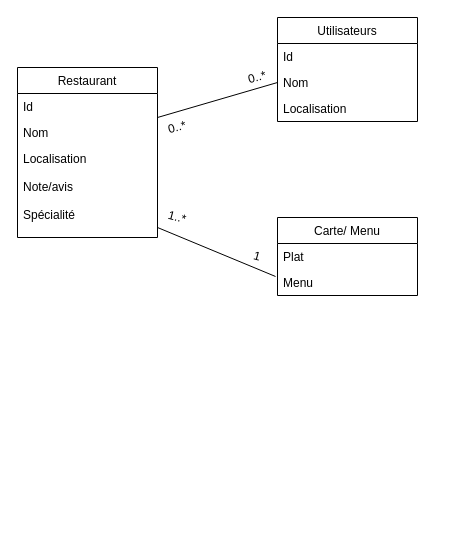
The draw.io diagram diagramme_base_de_donnees.drawio in TheAIWizard/Ensaeats, before the edit. Source tidied: cells renumbered, new cells numbered last; positions are measured from the earlier drawing's top-left corner, leaving out a move shared by most shapes. Both pictures are drawn from the tidied source at 100%, with x=0, y=0 at pixel (17, 17).
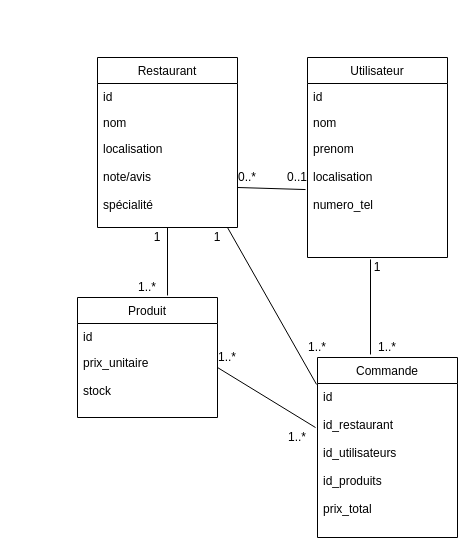
The same page after the edit.

Commit message:
modif diagramme base de donnees

Change to the diagram source:
```diff
@@
     <mxCell id="2" value="Restaurant" style="swimlane;fontStyle=0;horizontal=1;startSize=26;" parent="1" vertex="1">
-      <mxGeometry y="50" width="140" height="170" as="geometry" />
+      <mxGeometry x="80" y="40" width="140" height="170" as="geometry" />
     </mxCell>
-    <mxCell id="3" value="Id" style="text;strokeColor=none;fillColor=none;align=left;verticalAlign=top;spacingLeft=4;spacingRight=4;overflow=hidden;" parent="2" vertex="1">
+    <mxCell id="3" value="id" style="text;strokeColor=none;fillColor=none;align=left;verticalAlign=top;spacingLeft=4;spacingRight=4;overflow=hidden;" parent="2" vertex="1">
       <mxGeometry y="26" width="140" height="26" as="geometry" />
     </mxCell>
-    <mxCell id="4" value="Nom&#10;" style="text;strokeColor=none;fillColor=none;align=left;verticalAlign=top;spacingLeft=4;spacingRight=4;overflow=hidden;" parent="2" vertex="1">
+    <mxCell id="4" value="nom&#10;" style="text;strokeColor=none;fillColor=none;align=left;verticalAlign=top;spacingLeft=4;spacingRight=4;overflow=hidden;" parent="2" vertex="1">
       <mxGeometry y="52" width="140" height="26" as="geometry" />
     </mxCell>
-    <mxCell id="5" value="Localisation&#10;&#10;Note/avis&#10;&#10;Spécialité" style="text;strokeColor=none;fillColor=none;align=left;verticalAlign=top;spacingLeft=4;spacingRight=4;overflow=hidden;" parent="2" vertex="1">
+    <mxCell id="5" value="localisation&#10;&#10;note/avis&#10;&#10;spécialité" style="text;strokeColor=none;fillColor=none;align=left;verticalAlign=top;spacingLeft=4;spacingRight=4;overflow=hidden;" parent="2" vertex="1">
       <mxGeometry y="78" width="140" height="92" as="geometry" />
     </mxCell>
-    <mxCell id="6" value="Utilisateurs" style="swimlane;fontStyle=0;horizontal=1;startSize=26;" parent="1" vertex="1">
-      <mxGeometry x="260" width="140" height="104" as="geometry" />
+    <mxCell id="6" value="Utilisateur" style="swimlane;fontStyle=0;horizontal=1;startSize=26;" parent="1" vertex="1">
+      <mxGeometry x="290" y="40" width="140" height="200" as="geometry" />
     </mxCell>
-    <mxCell id="7" value="Id" style="text;strokeColor=none;fillColor=none;align=left;verticalAlign=top;spacingLeft=4;spacingRight=4;overflow=hidden;" parent="6" vertex="1">
+    <mxCell id="7" value="id" style="text;strokeColor=none;fillColor=none;align=left;verticalAlign=top;spacingLeft=4;spacingRight=4;overflow=hidden;" parent="6" vertex="1">
       <mxGeometry y="26" width="140" height="26" as="geometry" />
     </mxCell>
-    <mxCell id="8" value="Nom&#10;" style="text;strokeColor=none;fillColor=none;align=left;verticalAlign=top;spacingLeft=4;spacingRight=4;overflow=hidden;points=[[0,0.5],[1,0.5]];portConstraint=eastwest;" parent="6" vertex="1">
+    <mxCell id="8" value="nom&#10;" style="text;strokeColor=none;fillColor=none;align=left;verticalAlign=top;spacingLeft=4;spacingRight=4;overflow=hidden;points=[[0,0.5],[1,0.5]];portConstraint=eastwest;" parent="6" vertex="1">
       <mxGeometry y="52" width="140" height="26" as="geometry" />
     </mxCell>
-    <mxCell id="9" value="Localisation" style="text;strokeColor=none;fillColor=none;align=left;verticalAlign=top;spacingLeft=4;spacingRight=4;overflow=hidden;points=[[0,0.5],[1,0.5]];portConstraint=eastwest;" parent="6" vertex="1">
-      <mxGeometry y="78" width="140" height="26" as="geometry" />
+    <mxCell id="9" value="prenom&#10;&#10;localisation&#10;&#10;numero_tel" style="text;strokeColor=none;fillColor=none;align=left;verticalAlign=top;spacingLeft=4;spacingRight=4;overflow=hidden;points=[[0,0.5],[1,0.5]];portConstraint=eastwest;" parent="6" vertex="1">
+      <mxGeometry y="78" width="140" height="122" as="geometry" />
     </mxCell>
-    <mxCell id="10" value="Carte/ Menu" style="swimlane;fontStyle=0;horizontal=1;startSize=26;" parent="1" vertex="1">
-      <mxGeometry x="260" y="200" width="140" height="78" as="geometry" />
+    <mxCell id="10" value="Produit" style="swimlane;fontStyle=0;horizontal=1;startSize=26;" parent="1" vertex="1">
+      <mxGeometry x="60" y="280" width="140" height="120" as="geometry" />
     </mxCell>
-    <mxCell id="11" value="Plat" style="text;strokeColor=none;fillColor=none;align=left;verticalAlign=top;spacingLeft=4;spacingRight=4;overflow=hidden;" parent="10" vertex="1">
+    <mxCell id="11" value="id" style="text;strokeColor=none;fillColor=none;align=left;verticalAlign=top;spacingLeft=4;spacingRight=4;overflow=hidden;" parent="10" vertex="1">
       <mxGeometry y="26" width="140" height="26" as="geometry" />
     </mxCell>
-    <mxCell id="12" value="Menu" style="text;strokeColor=none;fillColor=none;align=left;verticalAlign=top;spacingLeft=4;spacingRight=4;overflow=hidden;points=[[0,0.5],[1,0.5]];portConstraint=eastwest;" parent="10" vertex="1">
-      <mxGeometry y="52" width="140" height="26" as="geometry" />
+    <mxCell id="12" value="prix_unitaire&#10;&#10;stock" style="text;strokeColor=none;fillColor=none;align=left;verticalAlign=top;spacingLeft=4;spacingRight=4;overflow=hidden;points=[[0,0.5],[1,0.5]];portConstraint=eastwest;" parent="10" vertex="1">
+      <mxGeometry y="52" width="140" height="68" as="geometry" />
     </mxCell>
-    <mxCell id="13" style="endArrow=none;html=1;entryX=-0.014;entryY=0.269;entryDx=0;entryDy=0;entryPerimeter=0;" parent="1" edge="1" target="12">
-      <mxGeometry relative="1" as="geometry">
-        <mxPoint x="140" y="210" as="sourcePoint" />
-      </mxGeometry>
-    </mxCell>
-    <mxCell id="14" style="endArrow=none;html=1;entryX=0;entryY=0.5;entryDx=0;entryDy=0;" parent="1" edge="1" target="8">
-      <mxGeometry relative="1" as="geometry">
-        <mxPoint x="140" y="100" as="sourcePoint" />
-      </mxGeometry>
-    </mxCell>
-    <mxCell id="15" value="0..*" style="text;html=1;strokeColor=none;fillColor=none;align=center;verticalAlign=middle;whiteSpace=wrap;rounded=0;rotation=-15;" parent="1" vertex="1">
-      <mxGeometry x="140" y="100" width="40" height="20" as="geometry" />
-    </mxCell>
-    <mxCell id="16" value="0..*" style="text;html=1;strokeColor=none;fillColor=none;align=center;verticalAlign=middle;whiteSpace=wrap;rounded=0;rotation=-15;" parent="1" vertex="1">
-      <mxGeometry x="220" y="50" width="40" height="20" as="geometry" />
-    </mxCell>
-    <mxCell id="17" value="1" style="text;html=1;strokeColor=none;fillColor=none;align=center;verticalAlign=middle;whiteSpace=wrap;rounded=0;rotation=15;" parent="1" vertex="1">
-      <mxGeometry x="220" y="229" width="40" height="20" as="geometry" />
-    </mxCell>
-    <mxCell id="18" value="1..*" style="text;html=1;strokeColor=none;fillColor=none;align=center;verticalAlign=middle;whiteSpace=wrap;rounded=0;rotation=15;" parent="1" vertex="1">
-      <mxGeometry x="140" y="190" width="40" height="20" as="geometry" />
-    </mxCell>
+    <mxCell id="19" value="Commande" style="swimlane;fontStyle=0;horizontal=1;startSize=26;" parent="1" vertex="1">
+      <mxGeometry x="300" y="340" width="140" height="180" as="geometry" />
+    </mxCell>
+    <mxCell id="20" value="id&#10;&#10;id_restaurant&#10;&#10;id_utilisateurs &#10;&#10;id_produits&#10;&#10;prix_total" style="text;strokeColor=none;fillColor=none;align=left;verticalAlign=top;spacingLeft=4;spacingRight=4;overflow=hidden;points=[[0,0.5],[1,0.5]];portConstraint=eastwest;" parent="19" vertex="1">
+      <mxGeometry y="26" width="140" height="154" as="geometry" />
+    </mxCell>
+    <mxCell id="21" style="endArrow=none;html=1;entryX=-0.014;entryY=0.286;entryDx=0;entryDy=0;entryPerimeter=0;" parent="1" edge="1" target="20">
+      <mxGeometry relative="1" as="geometry">
+        <mxPoint x="200" y="350" as="sourcePoint" />
+      </mxGeometry>
+    </mxCell>
+    <mxCell id="22" value="1..*" style="text;html=1;strokeColor=none;fillColor=none;align=center;verticalAlign=middle;whiteSpace=wrap;rounded=0;" parent="1" vertex="1">
+      <mxGeometry x="190" y="330" width="40" height="20" as="geometry" />
+    </mxCell>
+    <mxCell id="23" value="1..*" style="text;html=1;strokeColor=none;fillColor=none;align=center;verticalAlign=middle;whiteSpace=wrap;rounded=0;" parent="1" vertex="1">
+      <mxGeometry x="260" y="410" width="40" height="20" as="geometry" />
+    </mxCell>
+    <mxCell id="24" style="endArrow=none;html=1;entryX=0.45;entryY=1.016;entryDx=0;entryDy=0;entryPerimeter=0;" parent="1" edge="1" target="9">
+      <mxGeometry relative="1" as="geometry">
+        <mxPoint x="353" y="337" as="sourcePoint" />
+      </mxGeometry>
+    </mxCell>
+    <mxCell id="25" value="1..*" style="text;html=1;strokeColor=none;fillColor=none;align=center;verticalAlign=middle;whiteSpace=wrap;rounded=0;" parent="1" vertex="1">
+      <mxGeometry x="350" y="320" width="40" height="20" as="geometry" />
+    </mxCell>
+    <mxCell id="26" value="1" style="text;html=1;strokeColor=none;fillColor=none;align=center;verticalAlign=middle;whiteSpace=wrap;rounded=0;" parent="1" vertex="1">
+      <mxGeometry x="340" y="240" width="40" height="20" as="geometry" />
+    </mxCell>
+    <mxCell id="27" style="endArrow=none;html=1;entryX=-0.007;entryY=0.006;entryDx=0;entryDy=0;entryPerimeter=0;" parent="1" edge="1" target="20">
+      <mxGeometry relative="1" as="geometry">
+        <mxPoint x="210" y="210" as="sourcePoint" />
+      </mxGeometry>
+    </mxCell>
+    <mxCell id="28" value="1..*" style="text;html=1;strokeColor=none;fillColor=none;align=center;verticalAlign=middle;whiteSpace=wrap;rounded=0;" parent="1" vertex="1">
+      <mxGeometry x="280" y="320" width="40" height="20" as="geometry" />
+    </mxCell>
+    <mxCell id="29" value="1" style="text;html=1;strokeColor=none;fillColor=none;align=center;verticalAlign=middle;whiteSpace=wrap;rounded=0;" parent="1" vertex="1">
+      <mxGeometry x="180" y="210" width="40" height="20" as="geometry" />
+    </mxCell>
+    <mxCell id="30" style="endArrow=none;html=1;exitX=0.643;exitY=-0.017;exitDx=0;exitDy=0;exitPerimeter=0;" parent="1" edge="1" source="10">
+      <mxGeometry relative="1" as="geometry">
+        <mxPoint x="150" y="210" as="targetPoint" />
+      </mxGeometry>
+    </mxCell>
+    <mxCell id="31" value="1..*" style="text;html=1;strokeColor=none;fillColor=none;align=center;verticalAlign=middle;whiteSpace=wrap;rounded=0;" parent="1" vertex="1">
+      <mxGeometry x="110" y="260" width="40" height="20" as="geometry" />
+    </mxCell>
+    <mxCell id="32" value="1" style="text;html=1;strokeColor=none;fillColor=none;align=center;verticalAlign=middle;whiteSpace=wrap;rounded=0;" parent="1" vertex="1">
+      <mxGeometry x="120" y="210" width="40" height="20" as="geometry" />
+    </mxCell>
+    <mxCell id="33" style="endArrow=none;html=1;entryX=-0.014;entryY=0.443;entryDx=0;entryDy=0;entryPerimeter=0;" parent="1" edge="1" target="9">
+      <mxGeometry relative="1" as="geometry">
+        <mxPoint x="220" y="170" as="sourcePoint" />
+      </mxGeometry>
+    </mxCell>
+    <mxCell id="34" value="0..1" style="text;html=1;strokeColor=none;fillColor=none;align=center;verticalAlign=middle;whiteSpace=wrap;rounded=0;" parent="1" vertex="1">
+      <mxGeometry x="260" y="150" width="40" height="20" as="geometry" />
+    </mxCell>
+    <mxCell id="35" value="0..*" style="text;html=1;strokeColor=none;fillColor=none;align=center;verticalAlign=middle;whiteSpace=wrap;rounded=0;" parent="1" vertex="1">
+      <mxGeometry x="210" y="150" width="40" height="20" as="geometry" />
+    </mxCell>
```
